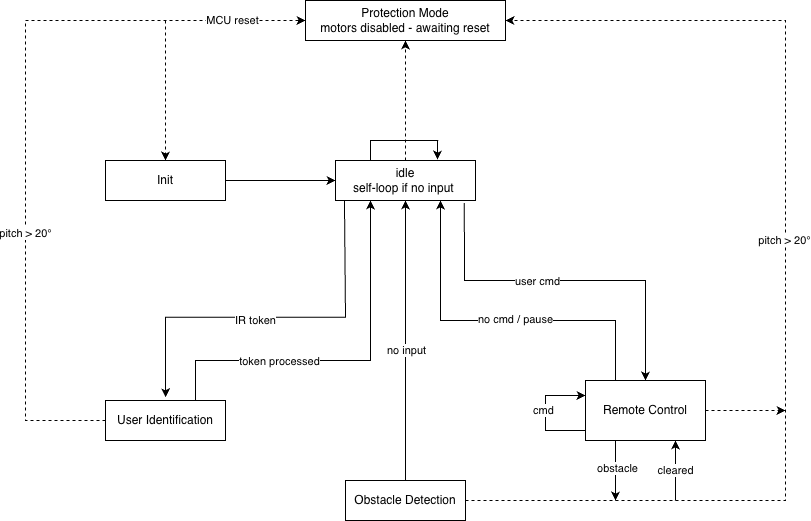
Before: flowcharts/state_transition_new.drawio.png, a diagram exported from draw.io (bryanli-ucl/AIPS). Source tidied: cells renumbered, new cells last; positions are measured from the earlier drawing's top-left corner, leaving out a move shared by most shapes.
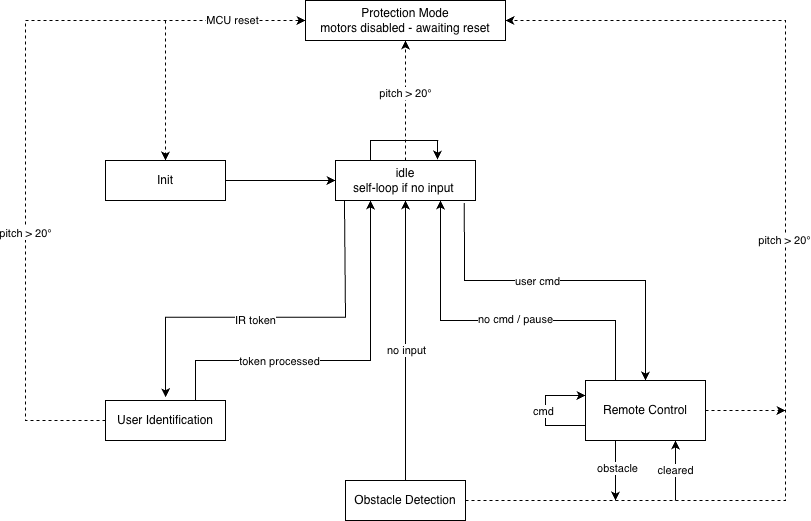
The same file after the commit.

Diff of the diagram source:
```diff
@@ -16,6 +16,9 @@
     <mxCell id="4" style="edgeStyle=orthogonalEdgeStyle;rounded=0;jettySize=auto;html=1;exitX=0.5;exitY=0;exitDx=0;exitDy=0;entryX=0.5;entryY=1;entryDx=0;entryDy=0;dashed=1;" parent="1" edge="1" source="5" target="2">
       <mxGeometry relative="1" as="geometry" />
     </mxCell>
+    <mxCell id="34" value="pitch &amp;gt;&amp;nbsp;&lt;span style=&quot;background-color: light-dark(#ffffff, var(--ge-dark-color, #121212)); color: light-dark(rgb(0, 0, 0), rgb(255, 255, 255));&quot;&gt;20°&lt;/span&gt;" style="edgeLabel;html=1;align=center;verticalAlign=middle;" parent="4" vertex="1">
+      <mxGeometry x="0.14" relative="1" as="geometry" />
+    </mxCell>
     <mxCell id="5" value="idle&lt;br&gt;self-loop if no input&amp;nbsp;" style="rounded=0;whiteSpace=wrap;html=1;" parent="1" vertex="1">
       <mxGeometry x="310" y="160" width="140" height="40" as="geometry" />
     </mxCell>
@@ -58,15 +61,14 @@
     <mxCell id="14" style="edgeStyle=orthogonalEdgeStyle;rounded=0;orthogonalLoop=1;jettySize=auto;html=1;exitX=0;exitY=0.75;exitDx=0;exitDy=0;entryX=0;entryY=0.25;entryDx=0;entryDy=0;" parent="1" edge="1" source="17" target="17">
       <mxGeometry relative="1" as="geometry">
         <Array as="points">
-          <mxPoint x="560" y="430" />
-          <mxPoint x="520" y="430" />
+          <mxPoint x="520" y="425" />
           <mxPoint x="520" y="395" />
         </Array>
       </mxGeometry>
     </mxCell>
     <mxCell id="15" value="cmd" style="edgeLabel;html=1;align=center;verticalAlign=middle;" parent="14" vertex="1">
       <mxGeometry x="-0.06" y="2" relative="1" as="geometry">
-        <mxPoint y="-9" as="offset" />
+        <mxPoint y="-3" as="offset" />
       </mxGeometry>
     </mxCell>
     <mxCell id="16" style="edgeStyle=orthogonalEdgeStyle;rounded=0;jettySize=auto;html=1;exitX=0.5;exitY=0;exitDx=0;exitDy=0;" parent="1" edge="1" source="17">
```
